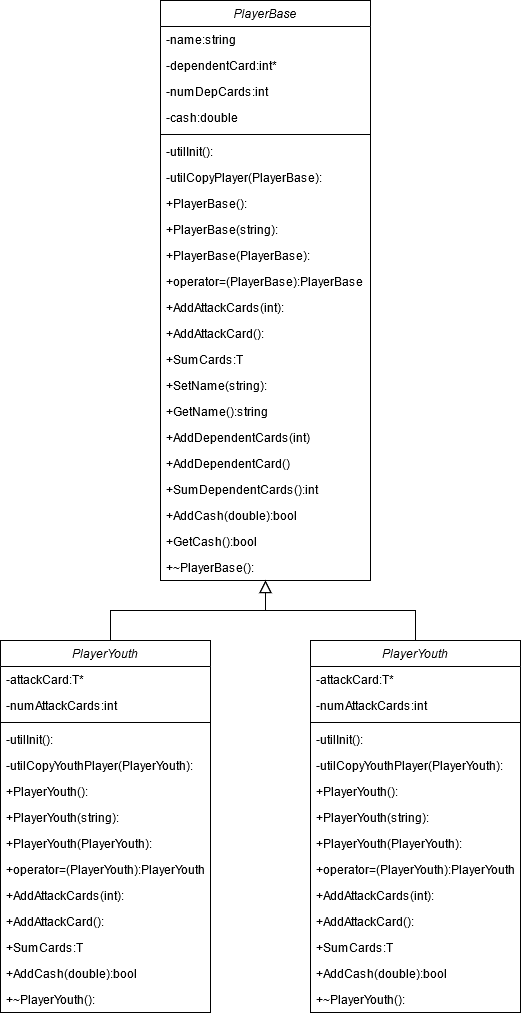
The draw.io diagram btp200/Week12/Player21/Player21.png in MWATLER/MWATLER.github.io, before a commit. Source tidied: cells renumbered, new cells last; positions are measured from the earlier drawing's top-left corner, leaving out a move shared by most shapes. Its diagram source:
```xml
<mxGraphModel>
  <root>
    <mxCell id="0" />
    <mxCell id="1" parent="0" />
    <mxCell id="2" value="PlayerBase" style="swimlane;fontStyle=2;align=center;verticalAlign=top;horizontal=1;startSize=26;rounded=0;shadow=0;strokeWidth=1;" parent="1" vertex="1">
      <mxGeometry x="160" width="210" height="580" as="geometry" />
    </mxCell>
    <mxCell id="3" value="-name:string" style="text;align=left;verticalAlign=top;spacingLeft=4;spacingRight=4;overflow=hidden;" parent="2" vertex="1">
      <mxGeometry y="26" width="210" height="26" as="geometry" />
    </mxCell>
    <mxCell id="4" value="-dependentCard:int*" style="text;align=left;verticalAlign=top;spacingLeft=4;spacingRight=4;overflow=hidden;rounded=0;shadow=0;html=0;" parent="2" vertex="1">
      <mxGeometry y="52" width="210" height="26" as="geometry" />
    </mxCell>
    <mxCell id="5" value="-numDepCards:int" style="text;align=left;verticalAlign=top;spacingLeft=4;spacingRight=4;overflow=hidden;rounded=0;shadow=0;html=0;" parent="2" vertex="1">
      <mxGeometry y="78" width="210" height="26" as="geometry" />
    </mxCell>
    <mxCell id="6" value="-cash:double" style="text;align=left;verticalAlign=top;spacingLeft=4;spacingRight=4;overflow=hidden;rounded=0;shadow=0;html=0;" parent="2" vertex="1">
      <mxGeometry y="104" width="210" height="26" as="geometry" />
    </mxCell>
    <mxCell id="7" style="line;html=1;strokeWidth=1;align=left;verticalAlign=middle;spacingTop=-1;spacingLeft=3;spacingRight=3;labelPosition=right;" parent="2" vertex="1">
      <mxGeometry y="130" width="210" height="8" as="geometry" />
    </mxCell>
    <mxCell id="8" value="-utilInit():" style="text;align=left;verticalAlign=top;spacingLeft=4;spacingRight=4;overflow=hidden;" parent="2" vertex="1">
      <mxGeometry y="138" width="210" height="26" as="geometry" />
    </mxCell>
    <mxCell id="9" value="-utilCopyPlayer(PlayerBase):" style="text;align=left;verticalAlign=top;spacingLeft=4;spacingRight=4;overflow=hidden;" parent="2" vertex="1">
      <mxGeometry y="164" width="210" height="26" as="geometry" />
    </mxCell>
    <mxCell id="10" value="+PlayerBase():" style="text;align=left;verticalAlign=top;spacingLeft=4;spacingRight=4;overflow=hidden;" parent="2" vertex="1">
      <mxGeometry y="190" width="210" height="26" as="geometry" />
    </mxCell>
    <mxCell id="11" value="+PlayerBase(string):" style="text;align=left;verticalAlign=top;spacingLeft=4;spacingRight=4;overflow=hidden;" parent="2" vertex="1">
      <mxGeometry y="216" width="210" height="26" as="geometry" />
    </mxCell>
    <mxCell id="12" value="+PlayerBase(PlayerBase):" style="text;align=left;verticalAlign=top;spacingLeft=4;spacingRight=4;overflow=hidden;" parent="2" vertex="1">
      <mxGeometry y="242" width="210" height="26" as="geometry" />
    </mxCell>
    <mxCell id="13" value="+operator=(PlayerBase):PlayerBase" style="text;align=left;verticalAlign=top;spacingLeft=4;spacingRight=4;overflow=hidden;" parent="2" vertex="1">
      <mxGeometry y="268" width="210" height="26" as="geometry" />
    </mxCell>
    <mxCell id="14" value="+AddAttackCards(int):" style="text;align=left;verticalAlign=top;spacingLeft=4;spacingRight=4;overflow=hidden;" parent="2" vertex="1">
      <mxGeometry y="294" width="210" height="26" as="geometry" />
    </mxCell>
    <mxCell id="15" value="+AddAttackCard():" style="text;align=left;verticalAlign=top;spacingLeft=4;spacingRight=4;overflow=hidden;" parent="2" vertex="1">
      <mxGeometry y="320" width="210" height="26" as="geometry" />
    </mxCell>
    <mxCell id="16" value="+SumCards:T" style="text;align=left;verticalAlign=top;spacingLeft=4;spacingRight=4;overflow=hidden;" parent="2" vertex="1">
      <mxGeometry y="346" width="210" height="26" as="geometry" />
    </mxCell>
    <mxCell id="17" value="+SetName(string):" style="text;align=left;verticalAlign=top;spacingLeft=4;spacingRight=4;overflow=hidden;" parent="2" vertex="1">
      <mxGeometry y="372" width="210" height="26" as="geometry" />
    </mxCell>
    <mxCell id="18" value="+GetName():string" style="text;align=left;verticalAlign=top;spacingLeft=4;spacingRight=4;overflow=hidden;" parent="2" vertex="1">
      <mxGeometry y="398" width="210" height="26" as="geometry" />
    </mxCell>
    <mxCell id="19" value="+AddDependentCards(int)" style="text;align=left;verticalAlign=top;spacingLeft=4;spacingRight=4;overflow=hidden;" parent="2" vertex="1">
      <mxGeometry y="424" width="210" height="26" as="geometry" />
    </mxCell>
    <mxCell id="20" value="+AddDependentCard()" style="text;align=left;verticalAlign=top;spacingLeft=4;spacingRight=4;overflow=hidden;" parent="2" vertex="1">
      <mxGeometry y="450" width="210" height="26" as="geometry" />
    </mxCell>
    <mxCell id="21" value="+SumDependentCards():int" style="text;align=left;verticalAlign=top;spacingLeft=4;spacingRight=4;overflow=hidden;" parent="2" vertex="1">
      <mxGeometry y="476" width="210" height="26" as="geometry" />
    </mxCell>
    <mxCell id="22" value="+AddCash(double):bool" style="text;align=left;verticalAlign=top;spacingLeft=4;spacingRight=4;overflow=hidden;" parent="2" vertex="1">
      <mxGeometry y="502" width="210" height="26" as="geometry" />
    </mxCell>
    <mxCell id="23" value="+GetCash():bool" style="text;align=left;verticalAlign=top;spacingLeft=4;spacingRight=4;overflow=hidden;" parent="2" vertex="1">
      <mxGeometry y="528" width="210" height="26" as="geometry" />
    </mxCell>
    <mxCell id="24" value="+~PlayerBase():" style="text;align=left;verticalAlign=top;spacingLeft=4;spacingRight=4;overflow=hidden;" parent="2" vertex="1">
      <mxGeometry y="554" width="210" height="26" as="geometry" />
    </mxCell>
    <mxCell id="25" style="endArrow=block;endSize=10;endFill=0;shadow=0;strokeWidth=1;rounded=0;edgeStyle=elbowEdgeStyle;elbow=vertical;" parent="1" edge="1" target="2">
      <mxGeometry relative="1" as="geometry">
        <mxPoint x="110" y="640" as="sourcePoint" />
      </mxGeometry>
    </mxCell>
    <mxCell id="26" style="endArrow=block;endSize=10;endFill=0;shadow=0;strokeWidth=1;rounded=0;edgeStyle=elbowEdgeStyle;elbow=vertical;exitX=0.5;exitY=0;exitDx=0;exitDy=0;" parent="1" edge="1" source="42" target="2">
      <mxGeometry relative="1" as="geometry">
        <Array as="points">
          <mxPoint x="410" y="610" />
          <mxPoint x="265" y="610" />
        </Array>
      </mxGeometry>
    </mxCell>
    <mxCell id="27" value="PlayerYouth" style="swimlane;fontStyle=2;align=center;verticalAlign=top;horizontal=1;startSize=26;rounded=0;shadow=0;strokeWidth=1;" parent="1" vertex="1">
      <mxGeometry y="640" width="210" height="372" as="geometry" />
    </mxCell>
    <mxCell id="28" value="-attackCard:T*" style="text;align=left;verticalAlign=top;spacingLeft=4;spacingRight=4;overflow=hidden;rounded=0;shadow=0;html=0;" parent="27" vertex="1">
      <mxGeometry y="26" width="210" height="26" as="geometry" />
    </mxCell>
    <mxCell id="29" value="-numAttackCards:int" style="text;align=left;verticalAlign=top;spacingLeft=4;spacingRight=4;overflow=hidden;rounded=0;shadow=0;html=0;" parent="27" vertex="1">
      <mxGeometry y="52" width="210" height="26" as="geometry" />
    </mxCell>
    <mxCell id="30" style="line;html=1;strokeWidth=1;align=left;verticalAlign=middle;spacingTop=-1;spacingLeft=3;spacingRight=3;labelPosition=right;" parent="27" vertex="1">
      <mxGeometry y="78" width="210" height="8" as="geometry" />
    </mxCell>
    <mxCell id="31" value="-utilInit():" style="text;align=left;verticalAlign=top;spacingLeft=4;spacingRight=4;overflow=hidden;" parent="27" vertex="1">
      <mxGeometry y="86" width="210" height="26" as="geometry" />
    </mxCell>
    <mxCell id="32" value="-utilCopyYouthPlayer(PlayerYouth):" style="text;align=left;verticalAlign=top;spacingLeft=4;spacingRight=4;overflow=hidden;" parent="27" vertex="1">
      <mxGeometry y="112" width="210" height="26" as="geometry" />
    </mxCell>
    <mxCell id="33" value="+PlayerYouth():" style="text;align=left;verticalAlign=top;spacingLeft=4;spacingRight=4;overflow=hidden;" parent="27" vertex="1">
      <mxGeometry y="138" width="210" height="26" as="geometry" />
    </mxCell>
    <mxCell id="34" value="+PlayerYouth(string):" style="text;align=left;verticalAlign=top;spacingLeft=4;spacingRight=4;overflow=hidden;" parent="27" vertex="1">
      <mxGeometry y="164" width="210" height="26" as="geometry" />
    </mxCell>
    <mxCell id="35" value="+PlayerYouth(PlayerYouth):" style="text;align=left;verticalAlign=top;spacingLeft=4;spacingRight=4;overflow=hidden;" parent="27" vertex="1">
      <mxGeometry y="190" width="210" height="26" as="geometry" />
    </mxCell>
    <mxCell id="36" value="+operator=(PlayerYouth):PlayerYouth" style="text;align=left;verticalAlign=top;spacingLeft=4;spacingRight=4;overflow=hidden;" parent="27" vertex="1">
      <mxGeometry y="216" width="210" height="26" as="geometry" />
    </mxCell>
    <mxCell id="37" value="+AddAttackCards(int):" style="text;align=left;verticalAlign=top;spacingLeft=4;spacingRight=4;overflow=hidden;" parent="27" vertex="1">
      <mxGeometry y="242" width="210" height="26" as="geometry" />
    </mxCell>
    <mxCell id="38" value="+AddAttackCard():" style="text;align=left;verticalAlign=top;spacingLeft=4;spacingRight=4;overflow=hidden;" parent="27" vertex="1">
      <mxGeometry y="268" width="210" height="26" as="geometry" />
    </mxCell>
    <mxCell id="39" value="+SumCards:T" style="text;align=left;verticalAlign=top;spacingLeft=4;spacingRight=4;overflow=hidden;" parent="27" vertex="1">
      <mxGeometry y="294" width="210" height="26" as="geometry" />
    </mxCell>
    <mxCell id="40" value="+AddCash(double):bool" style="text;align=left;verticalAlign=top;spacingLeft=4;spacingRight=4;overflow=hidden;" parent="27" vertex="1">
      <mxGeometry y="320" width="210" height="26" as="geometry" />
    </mxCell>
    <mxCell id="41" value="+~PlayerYouth():" style="text;align=left;verticalAlign=top;spacingLeft=4;spacingRight=4;overflow=hidden;" parent="27" vertex="1">
      <mxGeometry y="346" width="210" height="26" as="geometry" />
    </mxCell>
    <mxCell id="42" value="PlayerYouth" style="swimlane;fontStyle=2;align=center;verticalAlign=top;horizontal=1;startSize=26;rounded=0;shadow=0;strokeWidth=1;" parent="1" vertex="1">
      <mxGeometry x="310" y="640" width="210" height="372" as="geometry" />
    </mxCell>
    <mxCell id="43" value="-attackCard:T*" style="text;align=left;verticalAlign=top;spacingLeft=4;spacingRight=4;overflow=hidden;rounded=0;shadow=0;html=0;" parent="42" vertex="1">
      <mxGeometry y="26" width="210" height="26" as="geometry" />
    </mxCell>
    <mxCell id="44" value="-numAttackCards:int" style="text;align=left;verticalAlign=top;spacingLeft=4;spacingRight=4;overflow=hidden;rounded=0;shadow=0;html=0;" parent="42" vertex="1">
      <mxGeometry y="52" width="210" height="26" as="geometry" />
    </mxCell>
    <mxCell id="45" style="line;html=1;strokeWidth=1;align=left;verticalAlign=middle;spacingTop=-1;spacingLeft=3;spacingRight=3;labelPosition=right;" parent="42" vertex="1">
      <mxGeometry y="78" width="210" height="8" as="geometry" />
    </mxCell>
    <mxCell id="46" value="-utilInit():" style="text;align=left;verticalAlign=top;spacingLeft=4;spacingRight=4;overflow=hidden;" parent="42" vertex="1">
      <mxGeometry y="86" width="210" height="26" as="geometry" />
    </mxCell>
    <mxCell id="47" value="-utilCopyYouthPlayer(PlayerYouth):" style="text;align=left;verticalAlign=top;spacingLeft=4;spacingRight=4;overflow=hidden;" parent="42" vertex="1">
      <mxGeometry y="112" width="210" height="26" as="geometry" />
    </mxCell>
    <mxCell id="48" value="+PlayerYouth():" style="text;align=left;verticalAlign=top;spacingLeft=4;spacingRight=4;overflow=hidden;" parent="42" vertex="1">
      <mxGeometry y="138" width="210" height="26" as="geometry" />
    </mxCell>
    <mxCell id="49" value="+PlayerYouth(string):" style="text;align=left;verticalAlign=top;spacingLeft=4;spacingRight=4;overflow=hidden;" parent="42" vertex="1">
      <mxGeometry y="164" width="210" height="26" as="geometry" />
    </mxCell>
    <mxCell id="50" value="+PlayerYouth(PlayerYouth):" style="text;align=left;verticalAlign=top;spacingLeft=4;spacingRight=4;overflow=hidden;" parent="42" vertex="1">
      <mxGeometry y="190" width="210" height="26" as="geometry" />
    </mxCell>
    <mxCell id="51" value="+operator=(PlayerYouth):PlayerYouth" style="text;align=left;verticalAlign=top;spacingLeft=4;spacingRight=4;overflow=hidden;" parent="42" vertex="1">
      <mxGeometry y="216" width="210" height="26" as="geometry" />
    </mxCell>
    <mxCell id="52" value="+AddAttackCards(int):" style="text;align=left;verticalAlign=top;spacingLeft=4;spacingRight=4;overflow=hidden;" parent="42" vertex="1">
      <mxGeometry y="242" width="210" height="26" as="geometry" />
    </mxCell>
    <mxCell id="53" value="+AddAttackCard():" style="text;align=left;verticalAlign=top;spacingLeft=4;spacingRight=4;overflow=hidden;" parent="42" vertex="1">
      <mxGeometry y="268" width="210" height="26" as="geometry" />
    </mxCell>
    <mxCell id="54" value="+SumCards:T" style="text;align=left;verticalAlign=top;spacingLeft=4;spacingRight=4;overflow=hidden;" parent="42" vertex="1">
      <mxGeometry y="294" width="210" height="26" as="geometry" />
    </mxCell>
    <mxCell id="55" value="+AddCash(double):bool" style="text;align=left;verticalAlign=top;spacingLeft=4;spacingRight=4;overflow=hidden;" parent="42" vertex="1">
      <mxGeometry y="320" width="210" height="26" as="geometry" />
    </mxCell>
    <mxCell id="56" value="+~PlayerYouth():" style="text;align=left;verticalAlign=top;spacingLeft=4;spacingRight=4;overflow=hidden;" parent="42" vertex="1">
      <mxGeometry y="346" width="210" height="26" as="geometry" />
    </mxCell>
  </root>
</mxGraphModel>
```
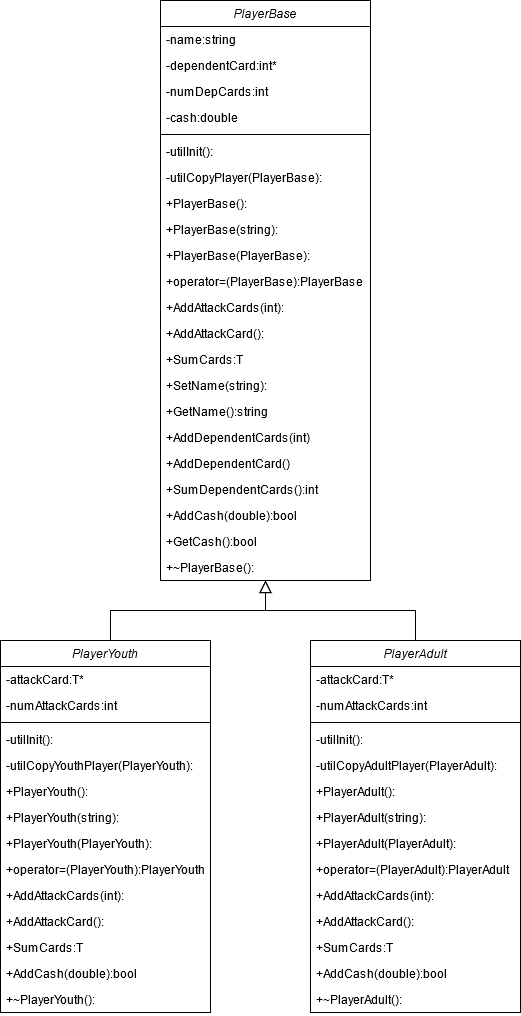
The same diagram one commit later.

Commit message:
Updated the UML diagram for player21 for week12 of btp200.

Diff of the diagram source:
```diff
@@ -129,7 +129,7 @@
     <mxCell id="41" value="+~PlayerYouth():" style="text;align=left;verticalAlign=top;spacingLeft=4;spacingRight=4;overflow=hidden;" parent="27" vertex="1">
       <mxGeometry y="346" width="210" height="26" as="geometry" />
     </mxCell>
-    <mxCell id="42" value="PlayerYouth" style="swimlane;fontStyle=2;align=center;verticalAlign=top;horizontal=1;startSize=26;rounded=0;shadow=0;strokeWidth=1;" parent="1" vertex="1">
+    <mxCell id="42" value="PlayerAdult" style="swimlane;fontStyle=2;align=center;verticalAlign=top;horizontal=1;startSize=26;rounded=0;shadow=0;strokeWidth=1;" parent="1" vertex="1">
       <mxGeometry x="310" y="640" width="210" height="372" as="geometry" />
     </mxCell>
     <mxCell id="43" value="-attackCard:T*" style="text;align=left;verticalAlign=top;spacingLeft=4;spacingRight=4;overflow=hidden;rounded=0;shadow=0;html=0;" parent="42" vertex="1">
@@ -144,19 +144,19 @@
     <mxCell id="46" value="-utilInit():" style="text;align=left;verticalAlign=top;spacingLeft=4;spacingRight=4;overflow=hidden;" parent="42" vertex="1">
       <mxGeometry y="86" width="210" height="26" as="geometry" />
     </mxCell>
-    <mxCell id="47" value="-utilCopyYouthPlayer(PlayerYouth):" style="text;align=left;verticalAlign=top;spacingLeft=4;spacingRight=4;overflow=hidden;" parent="42" vertex="1">
+    <mxCell id="47" value="-utilCopyAdultPlayer(PlayerAdult):" style="text;align=left;verticalAlign=top;spacingLeft=4;spacingRight=4;overflow=hidden;" parent="42" vertex="1">
       <mxGeometry y="112" width="210" height="26" as="geometry" />
     </mxCell>
-    <mxCell id="48" value="+PlayerYouth():" style="text;align=left;verticalAlign=top;spacingLeft=4;spacingRight=4;overflow=hidden;" parent="42" vertex="1">
+    <mxCell id="48" value="+PlayerAdult():" style="text;align=left;verticalAlign=top;spacingLeft=4;spacingRight=4;overflow=hidden;" parent="42" vertex="1">
       <mxGeometry y="138" width="210" height="26" as="geometry" />
     </mxCell>
-    <mxCell id="49" value="+PlayerYouth(string):" style="text;align=left;verticalAlign=top;spacingLeft=4;spacingRight=4;overflow=hidden;" parent="42" vertex="1">
+    <mxCell id="49" value="+PlayerAdult(string):" style="text;align=left;verticalAlign=top;spacingLeft=4;spacingRight=4;overflow=hidden;" parent="42" vertex="1">
       <mxGeometry y="164" width="210" height="26" as="geometry" />
     </mxCell>
-    <mxCell id="50" value="+PlayerYouth(PlayerYouth):" style="text;align=left;verticalAlign=top;spacingLeft=4;spacingRight=4;overflow=hidden;" parent="42" vertex="1">
+    <mxCell id="50" value="+PlayerAdult(PlayerAdult):" style="text;align=left;verticalAlign=top;spacingLeft=4;spacingRight=4;overflow=hidden;" parent="42" vertex="1">
       <mxGeometry y="190" width="210" height="26" as="geometry" />
     </mxCell>
-    <mxCell id="51" value="+operator=(PlayerYouth):PlayerYouth" style="text;align=left;verticalAlign=top;spacingLeft=4;spacingRight=4;overflow=hidden;" parent="42" vertex="1">
+    <mxCell id="51" value="+operator=(PlayerAdult):PlayerAdult" style="text;align=left;verticalAlign=top;spacingLeft=4;spacingRight=4;overflow=hidden;" parent="42" vertex="1">
       <mxGeometry y="216" width="210" height="26" as="geometry" />
     </mxCell>
     <mxCell id="52" value="+AddAttackCards(int):" style="text;align=left;verticalAlign=top;spacingLeft=4;spacingRight=4;overflow=hidden;" parent="42" vertex="1">
@@ -171,7 +171,7 @@
     <mxCell id="55" value="+AddCash(double):bool" style="text;align=left;verticalAlign=top;spacingLeft=4;spacingRight=4;overflow=hidden;" parent="42" vertex="1">
       <mxGeometry y="320" width="210" height="26" as="geometry" />
     </mxCell>
-    <mxCell id="56" value="+~PlayerYouth():" style="text;align=left;verticalAlign=top;spacingLeft=4;spacingRight=4;overflow=hidden;" parent="42" vertex="1">
+    <mxCell id="56" value="+~PlayerAdult():" style="text;align=left;verticalAlign=top;spacingLeft=4;spacingRight=4;overflow=hidden;" parent="42" vertex="1">
       <mxGeometry y="346" width="210" height="26" as="geometry" />
     </mxCell>
   </root>
```
